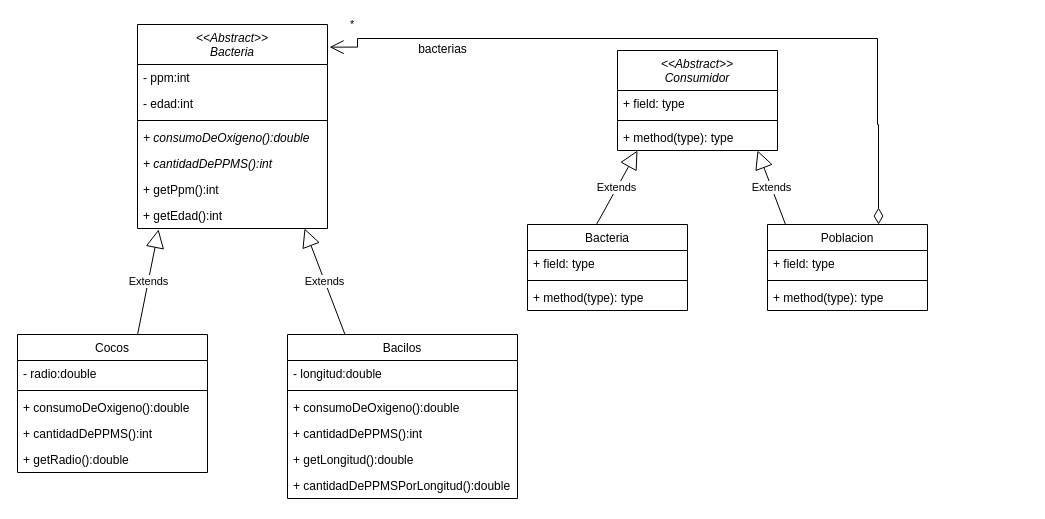
This is unq-po2-Parcial-1eraFecha-2019-Microbiologia.drawio from nhubczyk/Diagramas-UML, a draw.io file, before an edit. Source tidied: cells renumbered, new cells numbered last; positions are measured from the earlier drawing's top-left corner, leaving out a move shared by most shapes. Both pictures are drawn from the tidied source at 100%, with x=0, y=0 at pixel (17, 24).
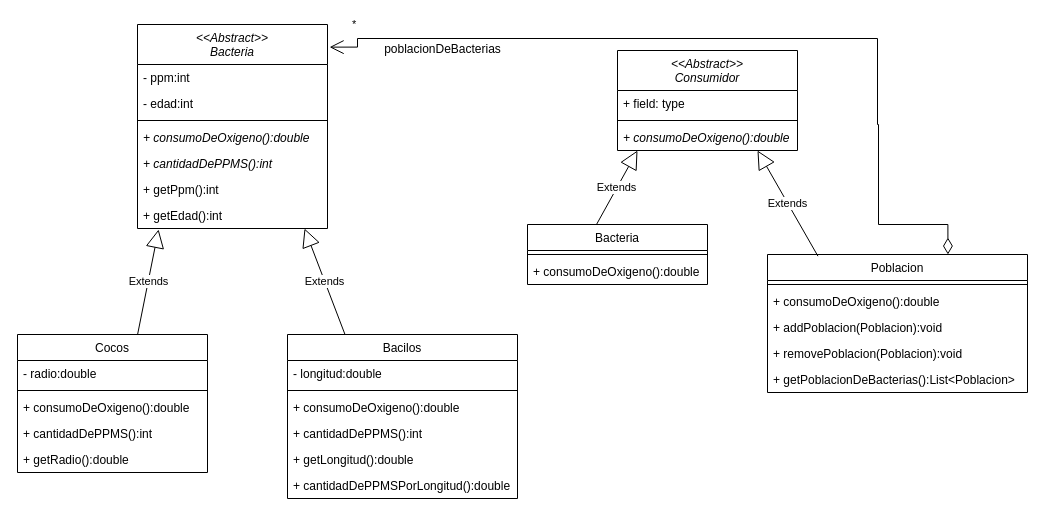
The same page after the edit.

Unchanged cells that the change refers to:
```xml
<mxCell id="2" value="&lt;&lt;Abstract&gt;&gt;&#10;Bacteria" style="swimlane;fontStyle=2;align=center;verticalAlign=top;horizontal=1;startSize=40;" parent="1" vertex="1">
  <mxGeometry x="120" width="190" height="204" as="geometry" />
</mxCell>
```

The edit, as a diff of the source:
```diff
@@
     <mxCell id="25" value="&lt;&lt;Abstract&gt;&gt;&#10;Consumidor" style="swimlane;fontStyle=2;align=center;verticalAlign=top;horizontal=1;startSize=40;" parent="1" vertex="1">
-      <mxGeometry x="600" y="26" width="160" height="100" as="geometry" />
+      <mxGeometry x="600" y="26" width="180" height="100" as="geometry" />
     </mxCell>
     <mxCell id="26" value="+ field: type" style="text;strokeColor=none;fillColor=none;align=left;verticalAlign=top;spacingLeft=4;spacingRight=4;overflow=hidden;" parent="25" vertex="1">
-      <mxGeometry y="40" width="160" height="26" as="geometry" />
+      <mxGeometry y="40" width="180" height="26" as="geometry" />
     </mxCell>
     <mxCell id="27" style="line;strokeWidth=1;fillColor=none;align=left;verticalAlign=middle;spacingTop=-1;spacingLeft=3;spacingRight=3;labelPosition=right;strokeColor=inherit;" parent="25" vertex="1">
-      <mxGeometry y="66" width="160" height="8" as="geometry" />
+      <mxGeometry y="66" width="180" height="8" as="geometry" />
     </mxCell>
-    <mxCell id="28" value="+ method(type): type" style="text;strokeColor=none;fillColor=none;align=left;verticalAlign=top;spacingLeft=4;spacingRight=4;overflow=hidden;" parent="25" vertex="1">
-      <mxGeometry y="74" width="160" height="26" as="geometry" />
+    <mxCell id="28" value="+ consumoDeOxigeno():double" style="text;strokeColor=none;fillColor=none;align=left;verticalAlign=top;spacingLeft=4;spacingRight=4;overflow=hidden;fontStyle=2;" parent="25" vertex="1">
+      <mxGeometry y="74" width="180" height="26" as="geometry" />
     </mxCell>
     <mxCell id="29" value="Bacteria" style="swimlane;fontStyle=0;align=center;verticalAlign=top;horizontal=1;startSize=26;" parent="1" vertex="1">
-      <mxGeometry x="510" y="200" width="160" height="86" as="geometry" />
+      <mxGeometry x="510" y="200" width="180" height="60" as="geometry" />
     </mxCell>
-    <mxCell id="30" value="+ field: type" style="text;strokeColor=none;fillColor=none;align=left;verticalAlign=top;spacingLeft=4;spacingRight=4;overflow=hidden;" parent="29" vertex="1">
-      <mxGeometry y="26" width="160" height="26" as="geometry" />
-    </mxCell>
     <mxCell id="31" style="line;strokeWidth=1;fillColor=none;align=left;verticalAlign=middle;spacingTop=-1;spacingLeft=3;spacingRight=3;labelPosition=right;strokeColor=inherit;" parent="29" vertex="1">
-      <mxGeometry y="52" width="160" height="8" as="geometry" />
+      <mxGeometry y="26" width="180" height="8" as="geometry" />
     </mxCell>
-    <mxCell id="32" value="+ method(type): type" style="text;strokeColor=none;fillColor=none;align=left;verticalAlign=top;spacingLeft=4;spacingRight=4;overflow=hidden;" parent="29" vertex="1">
-      <mxGeometry y="60" width="160" height="26" as="geometry" />
-    </mxCell>
+    <mxCell id="41" value="+ consumoDeOxigeno():double" style="text;strokeColor=none;fillColor=none;align=left;verticalAlign=top;spacingLeft=4;spacingRight=4;overflow=hidden;fontStyle=0;" parent="29" vertex="1">
+      <mxGeometry y="34" width="180" height="26" as="geometry" />
+    </mxCell>
     <mxCell id="33" value="Poblacion" style="swimlane;fontStyle=0;align=center;verticalAlign=top;horizontal=1;startSize=26;" parent="1" vertex="1">
-      <mxGeometry x="750" y="200" width="160" height="86" as="geometry" />
+      <mxGeometry x="750" y="230" width="260" height="138" as="geometry" />
     </mxCell>
-    <mxCell id="34" value="+ field: type" style="text;strokeColor=none;fillColor=none;align=left;verticalAlign=top;spacingLeft=4;spacingRight=4;overflow=hidden;" parent="33" vertex="1">
-      <mxGeometry y="26" width="160" height="26" as="geometry" />
-    </mxCell>
     <mxCell id="35" style="line;strokeWidth=1;fillColor=none;align=left;verticalAlign=middle;spacingTop=-1;spacingLeft=3;spacingRight=3;labelPosition=right;strokeColor=inherit;" parent="33" vertex="1">
-      <mxGeometry y="52" width="160" height="8" as="geometry" />
+      <mxGeometry y="26" width="260" height="8" as="geometry" />
     </mxCell>
-    <mxCell id="36" value="+ method(type): type" style="text;strokeColor=none;fillColor=none;align=left;verticalAlign=top;spacingLeft=4;spacingRight=4;overflow=hidden;" parent="33" vertex="1">
-      <mxGeometry y="60" width="160" height="26" as="geometry" />
-    </mxCell>
+    <mxCell id="42" value="+ consumoDeOxigeno():double" style="text;strokeColor=none;fillColor=none;align=left;verticalAlign=top;spacingLeft=4;spacingRight=4;overflow=hidden;fontStyle=0;" parent="33" vertex="1">
+      <mxGeometry y="34" width="260" height="26" as="geometry" />
+    </mxCell>
+    <mxCell id="43" value="+ addPoblacion(Poblacion):void" style="text;strokeColor=none;fillColor=none;align=left;verticalAlign=top;spacingLeft=4;spacingRight=4;overflow=hidden;fontStyle=0;" parent="33" vertex="1">
+      <mxGeometry y="60" width="260" height="26" as="geometry" />
+    </mxCell>
+    <mxCell id="44" value="+ removePoblacion(Poblacion):void&#10;" style="text;strokeColor=none;fillColor=none;align=left;verticalAlign=top;spacingLeft=4;spacingRight=4;overflow=hidden;fontStyle=0;" parent="33" vertex="1">
+      <mxGeometry y="86" width="260" height="26" as="geometry" />
+    </mxCell>
+    <mxCell id="45" value="+ getPoblacionDeBacterias():List&lt;Poblacion&gt;" style="text;strokeColor=none;fillColor=none;align=left;verticalAlign=top;spacingLeft=4;spacingRight=4;overflow=hidden;fontStyle=0;" parent="33" vertex="1">
+      <mxGeometry y="112" width="260" height="26" as="geometry" />
+    </mxCell>
@@
-    <mxCell id="38" value="Extends" style="endArrow=block;endSize=16;endFill=0;html=1;rounded=0;exitX=0.25;exitY=0;exitDx=0;exitDy=0;entryX=0.879;entryY=1;entryDx=0;entryDy=0;entryPerimeter=0;" parent="1" edge="1">
+    <mxCell id="38" value="Extends" style="endArrow=block;endSize=16;endFill=0;html=1;rounded=0;exitX=0.194;exitY=0.012;exitDx=0;exitDy=0;entryX=0.879;entryY=1;entryDx=0;entryDy=0;entryPerimeter=0;exitPerimeter=0;" parent="1" edge="1" source="33">
       <mxGeometry relative="1" as="geometry">
-        <mxPoint x="768" y="200" as="sourcePoint" />
         <mxPoint x="740" y="126" as="targetPoint" />
       </mxGeometry>
     </mxCell>
     <mxCell id="39" value="*" style="endArrow=open;html=1;endSize=12;startArrow=diamondThin;startSize=14;startFill=0;edgeStyle=orthogonalEdgeStyle;align=left;verticalAlign=bottom;rounded=0;exitX=0.694;exitY=0;exitDx=0;exitDy=0;exitPerimeter=0;entryX=1.011;entryY=0.111;entryDx=0;entryDy=0;entryPerimeter=0;" parent="1" edge="1" source="33" target="2">
       <mxGeometry x="0.95" y="-14" relative="1" as="geometry">
         <Array as="points">
+          <mxPoint x="861" y="200" />
           <mxPoint x="861" y="100" />
           <mxPoint x="860" y="100" />
           <mxPoint x="860" y="14" />
           <mxPoint x="340" y="14" />
           <mxPoint x="340" y="23" />
         </Array>
       </mxGeometry>
     </mxCell>
-    <mxCell id="40" value="bacterias" style="text;html=1;align=center;verticalAlign=middle;strokeColor=none;fillColor=none;" parent="1" vertex="1">
-      <mxGeometry x="390" y="10" width="70" height="30" as="geometry" />
+    <mxCell id="40" value="poblacionDeBacterias" style="text;html=1;align=center;verticalAlign=middle;strokeColor=none;fillColor=none;" parent="1" vertex="1">
+      <mxGeometry x="355" y="10" width="140" height="30" as="geometry" />
     </mxCell>
```
